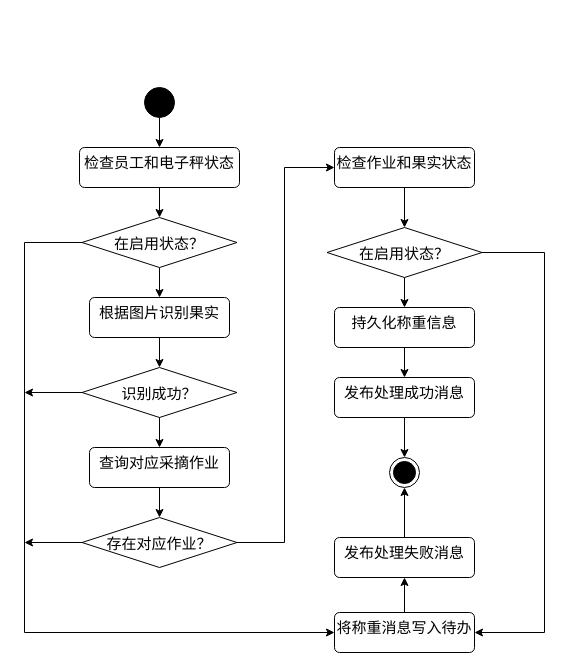
The draw.io diagram design/远端称重数据处理流程活动图.dio in akynazh/aws, before the edit. Source tidied: cells renumbered, new cells numbered last; positions are measured from the earlier drawing's top-left corner, leaving out a move shared by most shapes. Both pictures are drawn from the tidied source at 100%, with x=0, y=0 at pixel (24, 87).
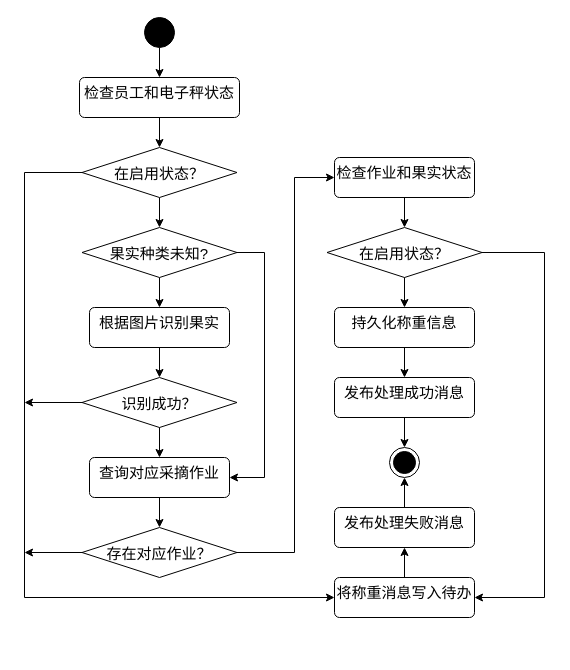
The same page after the edit.

Unchanged cells that the change refers to:
```xml
<mxCell id="18" value="在启用状态？" style="rhombus;fontSize=15;fontFamily=Songti SC;" parent="1" vertex="1">
  <mxGeometry x="302.5" y="140" width="155" height="50" as="geometry" />
</mxCell>
```

The edit, as a diff of the source:
```diff
@@
     <mxCell id="3" style="ellipse;fillColor=strokeColor;html=1;fontSize=15;fontFamily=Songti SC;" parent="1" vertex="1">
-      <mxGeometry x="120" width="30" height="30" as="geometry" />
+      <mxGeometry x="120" y="-70" width="30" height="30" as="geometry" />
     </mxCell>
@@
     <mxCell id="5" value="检查员工和电子秤状态" style="html=1;align=center;verticalAlign=top;rounded=1;absoluteArcSize=1;arcSize=10;dashed=0;whiteSpace=wrap;fontSize=15;fontFamily=Songti SC;" parent="1" vertex="1">
-      <mxGeometry x="55" y="60" width="160" height="40" as="geometry" />
+      <mxGeometry x="55" y="-10" width="160" height="40" as="geometry" />
     </mxCell>
@@
     <mxCell id="7" value="根据图片识别果实" style="html=1;align=center;verticalAlign=top;rounded=1;absoluteArcSize=1;arcSize=10;dashed=0;whiteSpace=wrap;fontSize=15;fontFamily=Songti SC;" parent="1" vertex="1">
-      <mxGeometry x="65" y="210" width="140" height="40" as="geometry" />
+      <mxGeometry x="65" y="220" width="140" height="40" as="geometry" />
     </mxCell>
     <mxCell id="8" style="edgeStyle=none;html=1;exitX=0;exitY=0.5;exitDx=0;exitDy=0;fontSize=15;fontFamily=Songti SC;" parent="1" edge="1" source="9">
       <mxGeometry relative="1" as="geometry">
-        <mxPoint y="305" as="targetPoint" />
+        <mxPoint y="315" as="targetPoint" />
       </mxGeometry>
     </mxCell>
     <mxCell id="9" value="识别成功？" style="rhombus;fontSize=15;fontFamily=Songti SC;" parent="1" vertex="1">
-      <mxGeometry x="57.5" y="280" width="155" height="50" as="geometry" />
+      <mxGeometry x="57.5" y="290" width="155" height="50" as="geometry" />
     </mxCell>
@@
     <mxCell id="11" value="查询对应采摘作业" style="html=1;align=center;verticalAlign=top;rounded=1;absoluteArcSize=1;arcSize=10;dashed=0;whiteSpace=wrap;fontSize=15;fontFamily=Songti SC;" parent="1" vertex="1">
-      <mxGeometry x="65" y="360" width="140" height="40" as="geometry" />
+      <mxGeometry x="65" y="370" width="140" height="40" as="geometry" />
     </mxCell>
     <mxCell id="12" style="edgeStyle=none;html=1;entryX=0;entryY=0.5;entryDx=0;entryDy=0;rounded=0;curved=0;exitX=1;exitY=0.5;exitDx=0;exitDy=0;fontSize=15;fontFamily=Songti SC;" parent="1" edge="1" source="14" target="16">
       <mxGeometry relative="1" as="geometry">
         <Array as="points">
-          <mxPoint x="260" y="455" />
-          <mxPoint x="260" y="80" />
+          <mxPoint x="270" y="465" />
+          <mxPoint x="270" y="90" />
         </Array>
       </mxGeometry>
     </mxCell>
     <mxCell id="13" style="edgeStyle=none;html=1;exitX=0;exitY=0.5;exitDx=0;exitDy=0;fontSize=15;fontFamily=Songti SC;" parent="1" edge="1" source="14">
       <mxGeometry relative="1" as="geometry">
-        <mxPoint y="455" as="targetPoint" />
+        <mxPoint y="465" as="targetPoint" />
       </mxGeometry>
     </mxCell>
     <mxCell id="14" value="存在对应作业？" style="rhombus;fontSize=15;fontFamily=Songti SC;" parent="1" vertex="1">
-      <mxGeometry x="57.5" y="430" width="155" height="50" as="geometry" />
+      <mxGeometry x="57.5" y="440" width="155" height="50" as="geometry" />
     </mxCell>
@@
     <mxCell id="16" value="检查作业和果实状态" style="html=1;align=center;verticalAlign=top;rounded=1;absoluteArcSize=1;arcSize=10;dashed=0;whiteSpace=wrap;fontSize=15;fontFamily=Songti SC;" parent="1" vertex="1">
-      <mxGeometry x="310" y="60" width="140" height="40" as="geometry" />
+      <mxGeometry x="310" y="70" width="140" height="40" as="geometry" />
     </mxCell>
     <mxCell id="17" style="edgeStyle=none;html=1;entryX=1;entryY=0.5;entryDx=0;entryDy=0;exitX=1;exitY=0.5;exitDx=0;exitDy=0;rounded=0;curved=0;" parent="1" edge="1" source="18" target="31">
       <mxGeometry relative="1" as="geometry">
         <Array as="points">
           <mxPoint x="520" y="165" />
-          <mxPoint x="520" y="545" />
+          <mxPoint x="520" y="510" />
         </Array>
       </mxGeometry>
     </mxCell>
@@
-    <mxCell id="21" style="edgeStyle=none;html=1;fontSize=15;fontFamily=Songti SC;" parent="1" edge="1" source="23" target="7">
-      <mxGeometry relative="1" as="geometry" />
-    </mxCell>
     <mxCell id="22" style="edgeStyle=none;html=1;entryX=0;entryY=0.5;entryDx=0;entryDy=0;exitX=0;exitY=0.5;exitDx=0;exitDy=0;rounded=0;curved=0;fontSize=15;fontFamily=Songti SC;" parent="1" edge="1" source="23" target="31">
       <mxGeometry relative="1" as="geometry">
         <Array as="points">
-          <mxPoint y="155" />
-          <mxPoint y="545" />
+          <mxPoint y="85" />
+          <mxPoint y="510" />
         </Array>
       </mxGeometry>
     </mxCell>
+    <mxCell id="33" style="edgeStyle=none;html=1;entryX=0.5;entryY=0;entryDx=0;entryDy=0;" parent="1" edge="1" source="23" target="36">
+      <mxGeometry relative="1" as="geometry" />
+    </mxCell>
     <mxCell id="23" value="在启用状态？" style="rhombus;fontSize=15;fontFamily=Songti SC;" parent="1" vertex="1">
-      <mxGeometry x="57.5" y="130" width="155" height="50" as="geometry" />
+      <mxGeometry x="57.5" y="60" width="155" height="50" as="geometry" />
     </mxCell>
@@
     <mxCell id="29" value="发布处理失败消息" style="html=1;align=center;verticalAlign=top;rounded=1;absoluteArcSize=1;arcSize=10;dashed=0;whiteSpace=wrap;fontSize=15;fontFamily=Songti SC;" parent="1" vertex="1">
-      <mxGeometry x="310" y="450" width="140" height="40" as="geometry" />
+      <mxGeometry x="310" y="420" width="140" height="40" as="geometry" />
     </mxCell>
@@
     <mxCell id="31" value="将称重消息写入待办" style="html=1;align=center;verticalAlign=top;rounded=1;absoluteArcSize=1;arcSize=10;dashed=0;whiteSpace=wrap;fontSize=15;fontFamily=Songti SC;" parent="1" vertex="1">
-      <mxGeometry x="310" y="525" width="140" height="40" as="geometry" />
+      <mxGeometry x="310" y="490" width="140" height="40" as="geometry" />
     </mxCell>
     <mxCell id="32" style="ellipse;html=1;shape=endState;fillColor=strokeColor;fontSize=15;fontFamily=Songti SC;" parent="1" vertex="1">
-      <mxGeometry x="365" y="370" width="30" height="30" as="geometry" />
+      <mxGeometry x="365" y="360" width="30" height="30" as="geometry" />
     </mxCell>
+    <mxCell id="34" style="edgeStyle=none;html=1;entryX=1;entryY=0.5;entryDx=0;entryDy=0;exitX=1;exitY=0.5;exitDx=0;exitDy=0;rounded=0;curved=0;" parent="1" edge="1" source="36" target="11">
+      <mxGeometry relative="1" as="geometry">
+        <Array as="points">
+          <mxPoint x="240" y="165" />
+          <mxPoint x="240" y="390" />
+        </Array>
+      </mxGeometry>
+    </mxCell>
+    <mxCell id="35" style="edgeStyle=none;html=1;entryX=0.5;entryY=0;entryDx=0;entryDy=0;" parent="1" edge="1" source="36" target="7">
+      <mxGeometry relative="1" as="geometry" />
+    </mxCell>
+    <mxCell id="36" value="果实种类未知?" style="rhombus;fontSize=15;fontFamily=Songti SC;" parent="1" vertex="1">
+      <mxGeometry x="57.5" y="140" width="155" height="50" as="geometry" />
+    </mxCell>
```
